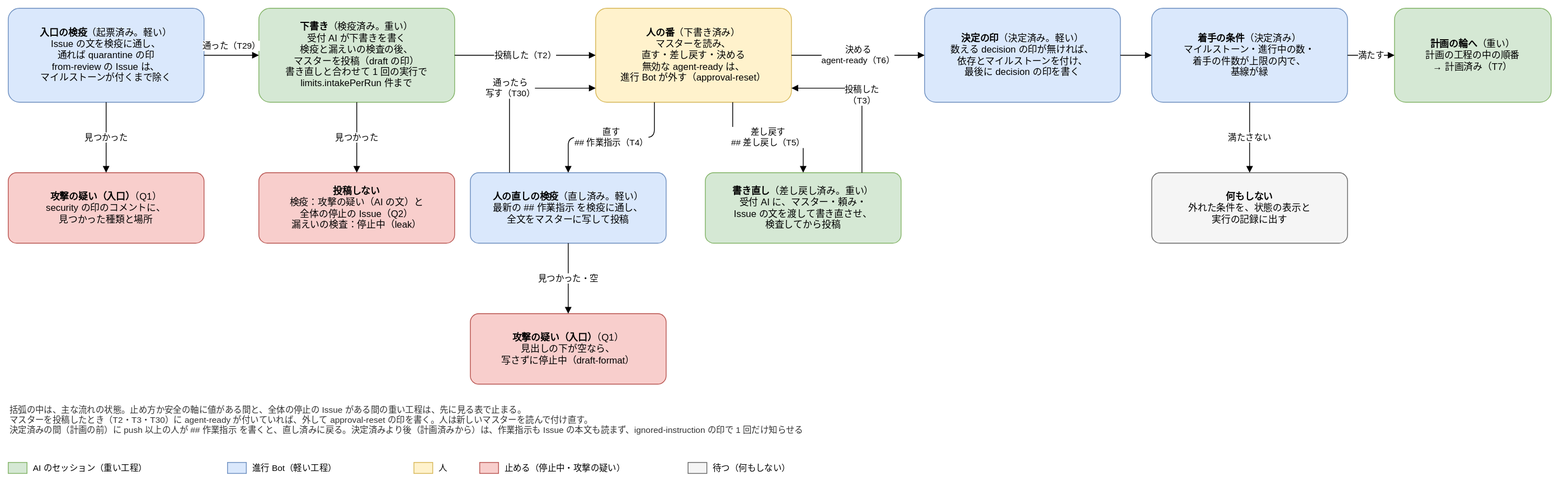
Earlier version of the draw.io export docs/design/basic/diagrams/02-next-step-before-start.drawio.svg (Joymerrevent/dev-autopilot). Source tidied: cells renumbered, new cells last; positions are measured from the earlier drawing's top-left corner, leaving out a move shared by most shapes.
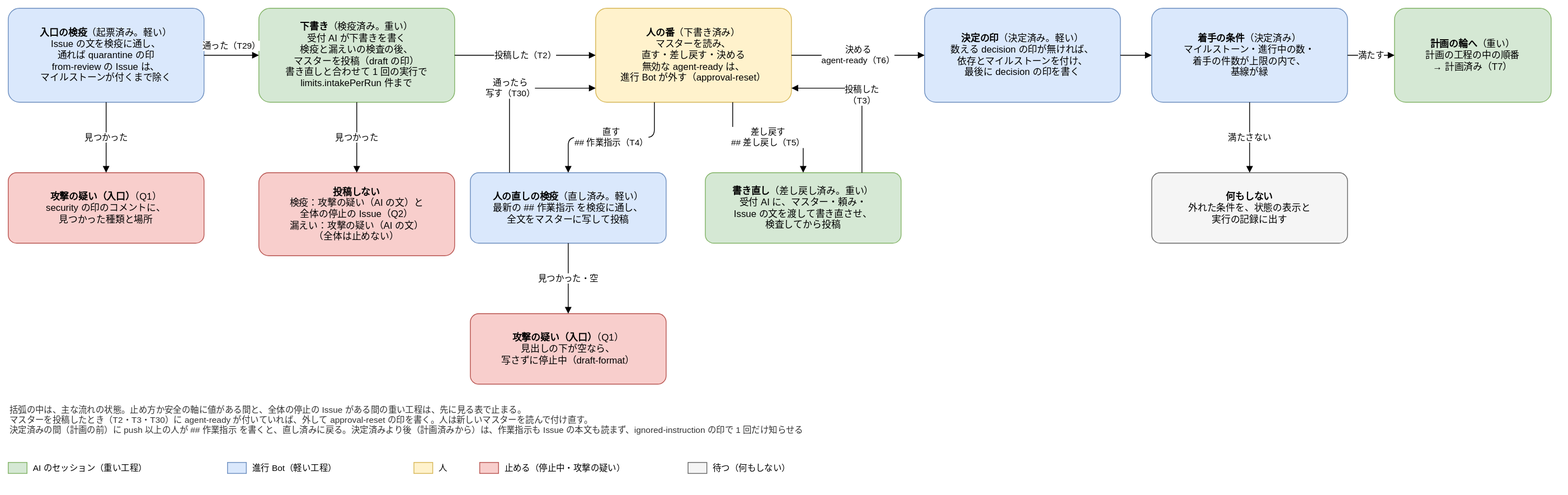
The same diagram one commit later.

Commit message:
docs(design): 投稿しない・push しないの箱で、漏えいの検査で見つかったら攻撃の疑い（AI の文）にする形に直す

02-next-step-before-start（下書き）、02-plan-step（計画）、02-push（push の手順）の箱の、停止中（leak）
を、攻撃の疑い（AI の文）。全体は止めない、に替える。

Claude-Session: https://claude.ai/code/session_01LvmXQKtqBk1ABFg8BQJo1c

Diff of the diagram source:
```diff
@@ -40,8 +40,8 @@
     <mxCell id="13" value="&lt;b&gt;攻撃の疑い（入口）&lt;/b&gt;（Q1）&lt;br&gt;security の印のコメントに、&lt;br&gt;見つかった種類と場所" style="rounded=1;whiteSpace=wrap;html=1;fontSize=12;arcSize=12;fillColor=#f8cecc;strokeColor=#b85450;spacing=8;" parent="1" vertex="1">
       <mxGeometry y="210" width="250" height="90" as="geometry" />
     </mxCell>
-    <mxCell id="14" value="&lt;b&gt;投稿しない&lt;/b&gt;&lt;br&gt;検疫：攻撃の疑い（AI の文）と&lt;br&gt;全体の停止の Issue（Q2）&lt;br&gt;漏えいの検査：停止中（leak）" style="rounded=1;whiteSpace=wrap;html=1;fontSize=12;arcSize=12;fillColor=#f8cecc;strokeColor=#b85450;spacing=8;" parent="1" vertex="1">
-      <mxGeometry x="320" y="210" width="250" height="90" as="geometry" />
+    <mxCell id="14" value="&lt;b&gt;投稿しない&lt;/b&gt;&lt;br&gt;検疫：攻撃の疑い（AI の文）と&lt;br&gt;全体の停止の Issue（Q2）&lt;br&gt;漏えい：攻撃の疑い（AI の文）&lt;br&gt;（全体は止めない）" style="rounded=1;whiteSpace=wrap;html=1;fontSize=12;arcSize=12;fillColor=#f8cecc;strokeColor=#b85450;spacing=8;" parent="1" vertex="1">
+      <mxGeometry x="320" y="210" width="250" height="106" as="geometry" />
     </mxCell>
     <mxCell id="15" value="&lt;b&gt;人の直しの検疫&lt;/b&gt;（直し済み。軽い）&lt;br&gt;最新の ## 作業指示 を検疫に通し、&lt;br&gt;全文をマスターに写して投稿" style="rounded=1;whiteSpace=wrap;html=1;fontSize=12;arcSize=12;fillColor=#dae8fc;strokeColor=#6c8ebf;spacing=8;" parent="1" vertex="1">
       <mxGeometry x="590" y="210" width="250" height="90" as="geometry" />
```
